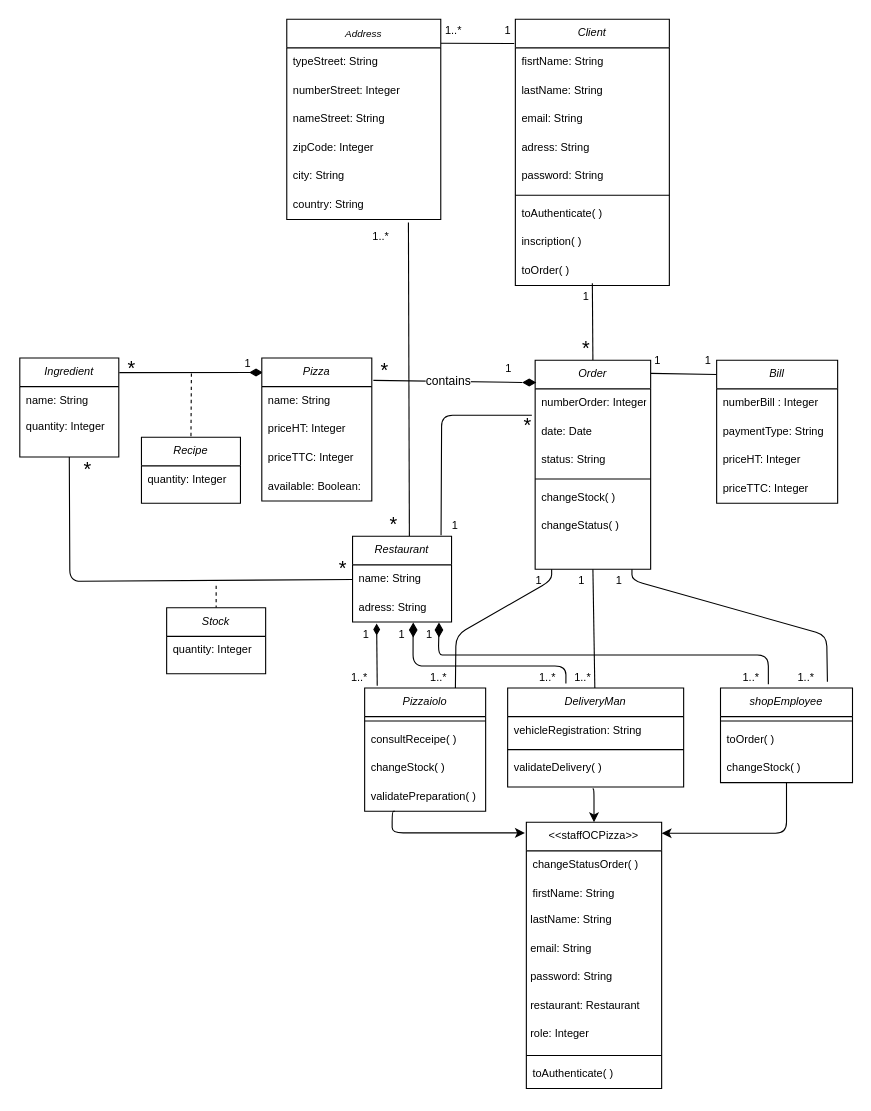
Earlier version of the draw.io diagram Untitled Diagram.drawio (MadameZ/P7_Concevez-la-solution-technique-d-un-syst-me-de-gestion-de-pizzeria). Source tidied: cells renumbered, new cells numbered last; positions are measured from the earlier drawing's top-left corner, leaving out a move shared by most shapes. Both pictures are drawn from the tidied source at 110%, with x=0, y=0 at pixel (19, 19).
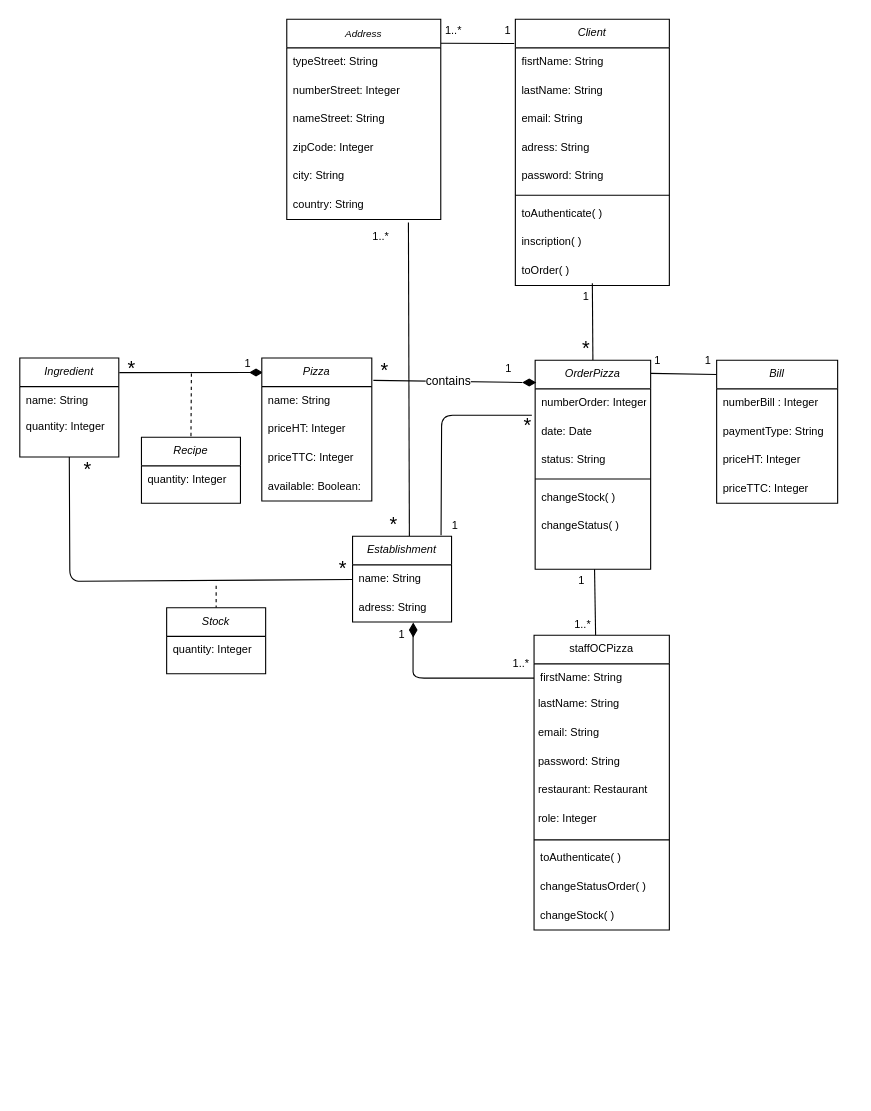
After the change.

The change refers to these unchanged cells:
```xml
<mxCell id="46" value="1" style="text;html=1;strokeColor=none;fillColor=none;align=center;verticalAlign=middle;whiteSpace=wrap;rounded=0;fontSize=10;" parent="1" vertex="1">
  <mxGeometry x="500" y="500" width="23" height="20" as="geometry" />
</mxCell>
<mxCell id="53" style="html=1;whiteSpace=wrap;shape=isoRectangle;strokeWidth=1;fontSize=10;rotation=90;fillColor=#000000;" parent="1" vertex="1">
  <mxGeometry x="352.3" y="551.8" width="11.7" height="7" as="geometry" />
</mxCell>
```

What changed in the source:
```diff
@@
-    <mxCell id="10" style="endArrow=none;html=1;fontSize=10;entryX=0.5;entryY=1;entryDx=0;entryDy=0;" parent="1" edge="1" source="73" target="55">
+    <mxCell id="10" style="endArrow=none;html=1;fontSize=10;entryX=1;entryY=0;entryDx=0;entryDy=0;exitX=0.455;exitY=0.001;exitDx=0;exitDy=0;exitPerimeter=0;" parent="1" edge="1" source="86" target="46">
       <mxGeometry relative="1" as="geometry" />
     </mxCell>
-    <mxCell id="11" style="endArrow=none;html=1;strokeColor=#000000;fontSize=10;exitX=0.75;exitY=0;exitDx=0;exitDy=0;" parent="1" edge="1" source="77">
-      <mxGeometry relative="1" as="geometry">
-        <mxPoint x="484" y="500" as="targetPoint" />
-        <Array as="points">
-          <mxPoint x="397" y="560" />
-          <mxPoint x="484" y="510" />
-        </Array>
-      </mxGeometry>
-    </mxCell>
-    <mxCell id="12" style="endArrow=none;html=1;strokeColor=#000000;fontSize=10;exitX=0.81;exitY=-0.066;exitDx=0;exitDy=0;exitPerimeter=0;" parent="1" edge="1" source="82">
-      <mxGeometry relative="1" as="geometry">
-        <mxPoint x="557" y="500" as="targetPoint" />
-        <Array as="points">
-          <mxPoint x="734" y="560" />
-          <mxPoint x="557" y="510" />
-        </Array>
-      </mxGeometry>
-    </mxCell>
-    <mxCell id="13" style="endArrow=none;html=1;strokeColor=#000000;fontSize=10;exitX=0.331;exitY=-0.047;exitDx=0;exitDy=0;exitPerimeter=0;entryX=0.937;entryY=0.519;entryDx=0;entryDy=0;entryPerimeter=0;" parent="1" edge="1" source="73" target="53">
+    <mxCell id="13" style="endArrow=none;html=1;strokeColor=#000000;fontSize=10;exitX=0;exitY=0.5;exitDx=0;exitDy=0;entryX=0.937;entryY=0.519;entryDx=0;entryDy=0;entryPerimeter=0;" parent="1" edge="1" source="88" target="53">
       <mxGeometry relative="1" as="geometry">
         <Array as="points">
-          <mxPoint x="497" y="588" />
+          <mxPoint x="358" y="599" />
           <mxPoint x="358" y="588" />
         </Array>
       </mxGeometry>
     </mxCell>
@@
-    <mxCell id="41" value="1" style="text;html=1;strokeColor=none;fillColor=none;align=center;verticalAlign=middle;whiteSpace=wrap;rounded=0;fontSize=10;" parent="1" vertex="1">
-      <mxGeometry x="309.5" y="548" width="11" height="22.5" as="geometry" />
-    </mxCell>
-    <mxCell id="42" value="1" style="text;html=1;strokeColor=none;fillColor=none;align=center;verticalAlign=middle;whiteSpace=wrap;rounded=0;fontSize=10;" parent="1" vertex="1">
-      <mxGeometry x="370" y="551.8" width="6" height="15" as="geometry" />
-    </mxCell>
@@
-    <mxCell id="44" style="endArrow=none;html=1;strokeColor=#000000;fontSize=10;entryX=0.908;entryY=0.519;entryDx=0;entryDy=0;exitX=0.308;exitY=-0.05;exitDx=0;exitDy=0;exitPerimeter=0;entryPerimeter=0;" parent="1" edge="1" target="54">
-      <mxGeometry relative="1" as="geometry">
-        <mxPoint x="681" y="604.6" as="sourcePoint" />
-        <Array as="points">
-          <mxPoint x="681" y="578" />
-          <mxPoint x="395" y="578" />
-          <mxPoint x="381" y="578" />
-        </Array>
-      </mxGeometry>
-    </mxCell>
-    <mxCell id="45" value="1" style="text;html=1;strokeColor=none;fillColor=none;align=center;verticalAlign=middle;whiteSpace=wrap;rounded=0;fontSize=10;" parent="1" vertex="1">
-      <mxGeometry x="461" y="500" width="23" height="20" as="geometry" />
-    </mxCell>
@@
-    <mxCell id="47" value="1" style="text;html=1;strokeColor=none;fillColor=none;align=center;verticalAlign=middle;whiteSpace=wrap;rounded=0;fontSize=10;" parent="1" vertex="1">
-      <mxGeometry x="534" y="500" width="23" height="20" as="geometry" />
-    </mxCell>
-    <mxCell id="48" value="1..*" style="text;html=1;strokeColor=none;fillColor=none;align=center;verticalAlign=middle;whiteSpace=wrap;rounded=0;fontSize=10;" parent="1" vertex="1">
-      <mxGeometry x="370" y="588" width="23" height="20" as="geometry" />
-    </mxCell>
     <mxCell id="49" value="1..*" style="text;html=1;strokeColor=none;fillColor=none;align=center;verticalAlign=middle;whiteSpace=wrap;rounded=0;fontSize=10;" parent="1" vertex="1">
-      <mxGeometry x="501" y="588" width="23" height="20" as="geometry" />
+      <mxGeometry x="501" y="540" width="23" height="20" as="geometry" />
     </mxCell>
-    <mxCell id="50" value="1..*" style="text;html=1;strokeColor=none;fillColor=none;align=center;verticalAlign=middle;whiteSpace=wrap;rounded=0;fontSize=10;" parent="1" vertex="1">
-      <mxGeometry x="704" y="588" width="23" height="20" as="geometry" />
-    </mxCell>
-    <mxCell id="51" style="endArrow=none;html=1;strokeColor=#000000;fontSize=10;exitX=0.104;exitY=-0.018;exitDx=0;exitDy=0;exitPerimeter=0;" parent="1" edge="1" source="77" target="52">
-      <mxGeometry relative="1" as="geometry" />
-    </mxCell>
-    <mxCell id="52" style="html=1;whiteSpace=wrap;shape=isoRectangle;strokeWidth=1;fontSize=10;rotation=90;fillColor=#000000;" parent="1" vertex="1">
-      <mxGeometry x="320.5" y="552.2" width="8.9" height="5.3" as="geometry" />
-    </mxCell>
@@
-    <mxCell id="54" style="html=1;whiteSpace=wrap;shape=isoRectangle;strokeWidth=1;fontSize=10;rotation=90;fillColor=#000000;" parent="1" vertex="1">
-      <mxGeometry x="375.7" y="551.8" width="11.7" height="7" as="geometry" />
-    </mxCell>
-    <mxCell id="55" value="Order" style="swimlane;fontStyle=2;align=center;verticalAlign=top;horizontal=1;startSize=26;rounded=0;shadow=0;strokeWidth=1;fontSize=10;" parent="1" vertex="1">
+    <mxCell id="55" value="OrderPizza" style="swimlane;fontStyle=2;align=center;verticalAlign=top;horizontal=1;startSize=26;rounded=0;shadow=0;strokeWidth=1;fontSize=10;" parent="1" vertex="1">
       <mxGeometry x="469" y="310" width="105" height="190" as="geometry" />
     </mxCell>
@@
-    <mxCell id="73" value="DeliveryMan" style="swimlane;fontStyle=2;align=center;verticalAlign=top;horizontal=1;startSize=26;rounded=0;shadow=0;strokeWidth=1;fontSize=10;" parent="1" vertex="1">
-      <mxGeometry x="444" y="608" width="160" height="90" as="geometry" />
-    </mxCell>
-    <mxCell id="74" value="vehicleRegistration: String" style="text;align=left;verticalAlign=top;spacingLeft=4;spacingRight=4;overflow=hidden;rounded=0;shadow=0;html=0;fontSize=10;" parent="73" vertex="1">
-      <mxGeometry y="26" width="160" height="26" as="geometry" />
-    </mxCell>
-    <mxCell id="75" style="line;html=1;strokeWidth=1;align=left;verticalAlign=middle;spacingTop=-1;spacingLeft=3;spacingRight=3;labelPosition=right;" parent="73" vertex="1">
-      <mxGeometry y="52" width="160" height="8" as="geometry" />
-    </mxCell>
-    <mxCell id="76" value="validateDelivery( )" style="text;align=left;verticalAlign=top;spacingLeft=4;spacingRight=4;overflow=hidden;points=[[0,0.5],[1,0.5]];portConstraint=eastwest;rounded=0;shadow=0;html=0;fontSize=10;" parent="73" vertex="1">
-      <mxGeometry y="60" width="160" height="30" as="geometry" />
-    </mxCell>
-    <mxCell id="77" value="Pizzaiolo" style="swimlane;fontStyle=2;align=center;verticalAlign=top;horizontal=1;startSize=26;rounded=0;shadow=0;strokeWidth=1;fontSize=10;" parent="1" vertex="1">
-      <mxGeometry x="314" y="608" width="110" height="112" as="geometry" />
-    </mxCell>
-    <mxCell id="78" style="line;html=1;strokeWidth=1;align=left;verticalAlign=middle;spacingTop=-1;spacingLeft=3;spacingRight=3;labelPosition=right;" parent="77" vertex="1">
-      <mxGeometry y="26" width="110" height="8" as="geometry" />
-    </mxCell>
-    <mxCell id="79" value="consultReceipe( )" style="text;align=left;verticalAlign=top;spacingLeft=4;spacingRight=4;overflow=hidden;rounded=0;shadow=0;html=0;fontSize=10;" parent="77" vertex="1">
-      <mxGeometry y="34" width="110" height="26" as="geometry" />
-    </mxCell>
-    <mxCell id="80" value="changeStock( )" style="text;align=left;verticalAlign=top;spacingLeft=4;spacingRight=4;overflow=hidden;rounded=0;shadow=0;html=0;fontSize=10;" parent="77" vertex="1">
-      <mxGeometry y="60" width="110" height="26" as="geometry" />
-    </mxCell>
-    <mxCell id="81" value="validatePreparation( )" style="text;align=left;verticalAlign=top;spacingLeft=4;spacingRight=4;overflow=hidden;rounded=0;shadow=0;html=0;fontSize=10;" parent="77" vertex="1">
-      <mxGeometry y="86" width="110" height="26" as="geometry" />
-    </mxCell>
-    <mxCell id="82" value="shopEmployee" style="swimlane;fontStyle=2;align=center;verticalAlign=top;horizontal=1;startSize=26;rounded=0;shadow=0;strokeWidth=1;fontSize=10;" parent="1" vertex="1">
-      <mxGeometry x="637.5" y="608" width="120" height="86" as="geometry" />
-    </mxCell>
-    <mxCell id="83" style="line;html=1;strokeWidth=1;align=left;verticalAlign=middle;spacingTop=-1;spacingLeft=3;spacingRight=3;labelPosition=right;" parent="82" vertex="1">
-      <mxGeometry y="26" width="120" height="8" as="geometry" />
-    </mxCell>
-    <mxCell id="84" value="toOrder( )" style="text;align=left;verticalAlign=top;spacingLeft=4;spacingRight=4;overflow=hidden;rounded=0;shadow=0;html=0;fontSize=10;" parent="82" vertex="1">
-      <mxGeometry y="34" width="120" height="26" as="geometry" />
-    </mxCell>
-    <mxCell id="85" value="changeStock( )" style="text;align=left;verticalAlign=top;spacingLeft=4;spacingRight=4;overflow=hidden;rounded=0;shadow=0;html=0;fontSize=10;" parent="82" vertex="1">
-      <mxGeometry y="60" width="120" height="26" as="geometry" />
-    </mxCell>
-    <mxCell id="86" value="&lt;&lt;staffOCPizza&gt;&gt;" style="swimlane;fontStyle=0;align=center;verticalAlign=top;horizontal=1;startSize=26;rounded=0;shadow=0;strokeWidth=1;fontSize=10;" parent="1" vertex="1">
-      <mxGeometry x="461" y="730" width="123" height="242" as="geometry" />
-    </mxCell>
-    <mxCell id="87" value="changeStatusOrder( )" style="text;align=left;verticalAlign=top;spacingLeft=4;spacingRight=4;overflow=hidden;rounded=0;shadow=0;html=0;fontSize=10;" parent="86" vertex="1">
-      <mxGeometry y="26" width="123" height="26" as="geometry" />
-    </mxCell>
-    <mxCell id="88" value="firstName: String" style="text;align=left;verticalAlign=top;spacingLeft=4;spacingRight=4;overflow=hidden;points=[[0,0.5],[1,0.5]];portConstraint=eastwest;rounded=0;shadow=0;html=0;fontSize=10;" parent="86" vertex="1">
-      <mxGeometry y="52" width="123" height="26" as="geometry" />
-    </mxCell>
-    <mxCell id="89" value="lastName: String" style="text;align=left;verticalAlign=top;spacingLeft=4;spacingRight=4;overflow=hidden;rounded=0;shadow=0;html=0;fontSize=10;spacing=0;" parent="86" vertex="1">
-      <mxGeometry y="78" width="123" height="26" as="geometry" />
-    </mxCell>
-    <mxCell id="90" value="email: String" style="text;align=left;verticalAlign=top;spacingLeft=4;spacingRight=4;overflow=hidden;rounded=0;shadow=0;html=0;fontSize=10;spacing=0;" parent="86" vertex="1">
-      <mxGeometry y="104" width="123" height="26" as="geometry" />
-    </mxCell>
-    <mxCell id="91" value="password: String" style="text;align=left;verticalAlign=top;spacingLeft=4;spacingRight=4;overflow=hidden;rounded=0;shadow=0;html=0;fontSize=10;spacing=0;" parent="86" vertex="1">
-      <mxGeometry y="130" width="123" height="26" as="geometry" />
-    </mxCell>
-    <mxCell id="92" value="restaurant: Restaurant" style="text;align=left;verticalAlign=top;spacingLeft=4;spacingRight=4;overflow=hidden;rounded=0;shadow=0;html=0;fontSize=10;spacing=0;" parent="86" vertex="1">
-      <mxGeometry y="156" width="123" height="26" as="geometry" />
-    </mxCell>
-    <mxCell id="93" value="role: Integer" style="text;align=left;verticalAlign=top;spacingLeft=4;spacingRight=4;overflow=hidden;rounded=0;shadow=0;html=0;fontSize=10;spacing=0;" parent="86" vertex="1">
-      <mxGeometry y="182" width="123" height="26" as="geometry" />
-    </mxCell>
-    <mxCell id="94" style="line;html=1;strokeWidth=1;align=left;verticalAlign=middle;spacingTop=-1;spacingLeft=3;spacingRight=3;labelPosition=right;" parent="86" vertex="1">
-      <mxGeometry y="208" width="123" height="8" as="geometry" />
-    </mxCell>
-    <mxCell id="95" value="toAuthenticate( )" style="text;align=left;verticalAlign=top;spacingLeft=4;spacingRight=4;overflow=hidden;rounded=0;shadow=0;html=0;fontSize=10;" parent="86" vertex="1">
-      <mxGeometry y="216" width="123" height="26" as="geometry" />
-    </mxCell>
-    <mxCell id="96" style="edgeStyle=segmentEdgeStyle;endArrow=classic;html=1;strokeColor=#000000;fontSize=9;exitX=0.25;exitY=1;exitDx=0;exitDy=0;entryX=-0.011;entryY=0.04;entryDx=0;entryDy=0;entryPerimeter=0;" parent="1" edge="1" source="77" target="86">
-      <mxGeometry relative="1" as="geometry">
-        <Array as="points">
-          <mxPoint x="339" y="740" />
-        </Array>
-      </mxGeometry>
-    </mxCell>
-    <mxCell id="97" style="edgeStyle=segmentEdgeStyle;endArrow=classic;html=1;strokeColor=#000000;fontSize=9;entryX=0.5;entryY=0;entryDx=0;entryDy=0;exitX=0.483;exitY=1.054;exitDx=0;exitDy=0;exitPerimeter=0;" parent="1" edge="1" source="76" target="86">
-      <mxGeometry relative="1" as="geometry" />
-    </mxCell>
-    <mxCell id="98" style="edgeStyle=segmentEdgeStyle;endArrow=classic;html=1;strokeColor=#000000;fontSize=9;exitX=0.5;exitY=1;exitDx=0;exitDy=0;" parent="1" edge="1" source="82">
-      <mxGeometry relative="1" as="geometry">
-        <mxPoint x="584" y="740" as="targetPoint" />
-        <Array as="points">
-          <mxPoint x="698" y="740" />
-        </Array>
-      </mxGeometry>
-    </mxCell>
@@
-    <mxCell id="109" value="Restaurant" style="swimlane;fontStyle=2;align=center;verticalAlign=top;horizontal=1;startSize=26;rounded=0;shadow=0;strokeWidth=1;fontSize=10;" parent="1" vertex="1">
+    <mxCell id="109" value="Establishment" style="swimlane;fontStyle=2;align=center;verticalAlign=top;horizontal=1;startSize=26;rounded=0;shadow=0;strokeWidth=1;fontSize=10;" parent="1" vertex="1">
       <mxGeometry x="303" y="470" width="90" height="78" as="geometry" />
     </mxCell>
@@
-    <mxCell id="118" value="1..*" style="text;html=1;strokeColor=none;fillColor=none;align=center;verticalAlign=middle;whiteSpace=wrap;rounded=0;fontSize=10;" parent="1" vertex="1">
-      <mxGeometry x="297.5" y="588" width="23" height="20" as="geometry" />
-    </mxCell>
     <mxCell id="119" value="1..*" style="text;html=1;strokeColor=none;fillColor=none;align=center;verticalAlign=middle;whiteSpace=wrap;rounded=0;fontSize=10;" parent="1" vertex="1">
-      <mxGeometry x="469" y="588" width="23" height="20" as="geometry" />
+      <mxGeometry x="445" y="575" width="23" height="20" as="geometry" />
     </mxCell>
-    <mxCell id="120" value="1..*" style="text;html=1;strokeColor=none;fillColor=none;align=center;verticalAlign=middle;whiteSpace=wrap;rounded=0;fontSize=10;" parent="1" vertex="1">
-      <mxGeometry x="654" y="588" width="23" height="20" as="geometry" />
-    </mxCell>
+    <mxCell id="86" value="staffOCPizza" style="swimlane;fontStyle=0;align=center;verticalAlign=top;horizontal=1;startSize=26;rounded=0;shadow=0;strokeWidth=1;fontSize=10;" parent="1" vertex="1">
+      <mxGeometry x="468" y="560" width="123" height="268" as="geometry" />
+    </mxCell>
+    <mxCell id="88" value="firstName: String" style="text;align=left;verticalAlign=top;spacingLeft=4;spacingRight=4;overflow=hidden;points=[[0,0.5],[1,0.5]];portConstraint=eastwest;rounded=0;shadow=0;html=0;fontSize=10;" parent="86" vertex="1">
+      <mxGeometry y="26" width="123" height="26" as="geometry" />
+    </mxCell>
+    <mxCell id="89" value="lastName: String" style="text;align=left;verticalAlign=top;spacingLeft=4;spacingRight=4;overflow=hidden;rounded=0;shadow=0;html=0;fontSize=10;spacing=0;" parent="86" vertex="1">
+      <mxGeometry y="52" width="123" height="26" as="geometry" />
+    </mxCell>
+    <mxCell id="90" value="email: String" style="text;align=left;verticalAlign=top;spacingLeft=4;spacingRight=4;overflow=hidden;rounded=0;shadow=0;html=0;fontSize=10;spacing=0;" parent="86" vertex="1">
+      <mxGeometry y="78" width="123" height="26" as="geometry" />
+    </mxCell>
+    <mxCell id="91" value="password: String" style="text;align=left;verticalAlign=top;spacingLeft=4;spacingRight=4;overflow=hidden;rounded=0;shadow=0;html=0;fontSize=10;spacing=0;" parent="86" vertex="1">
+      <mxGeometry y="104" width="123" height="26" as="geometry" />
+    </mxCell>
+    <mxCell id="92" value="restaurant: Restaurant" style="text;align=left;verticalAlign=top;spacingLeft=4;spacingRight=4;overflow=hidden;rounded=0;shadow=0;html=0;fontSize=10;spacing=0;" parent="86" vertex="1">
+      <mxGeometry y="130" width="123" height="26" as="geometry" />
+    </mxCell>
+    <mxCell id="93" value="role: Integer" style="text;align=left;verticalAlign=top;spacingLeft=4;spacingRight=4;overflow=hidden;rounded=0;shadow=0;html=0;fontSize=10;spacing=0;" parent="86" vertex="1">
+      <mxGeometry y="156" width="123" height="26" as="geometry" />
+    </mxCell>
+    <mxCell id="94" style="line;html=1;strokeWidth=1;align=left;verticalAlign=middle;spacingTop=-1;spacingLeft=3;spacingRight=3;labelPosition=right;" parent="86" vertex="1">
+      <mxGeometry y="182" width="123" height="8" as="geometry" />
+    </mxCell>
+    <mxCell id="95" value="toAuthenticate( )" style="text;align=left;verticalAlign=top;spacingLeft=4;spacingRight=4;overflow=hidden;rounded=0;shadow=0;html=0;fontSize=10;" parent="86" vertex="1">
+      <mxGeometry y="190" width="123" height="26" as="geometry" />
+    </mxCell>
+    <mxCell id="87" value="changeStatusOrder( )" style="text;align=left;verticalAlign=top;spacingLeft=4;spacingRight=4;overflow=hidden;rounded=0;shadow=0;html=0;fontSize=10;" parent="86" vertex="1">
+      <mxGeometry y="216" width="123" height="26" as="geometry" />
+    </mxCell>
+    <mxCell id="121" value="changeStock( )" style="text;align=left;verticalAlign=top;spacingLeft=4;spacingRight=4;overflow=hidden;rounded=0;shadow=0;html=0;fontSize=10;" parent="86" vertex="1">
+      <mxGeometry y="242" width="123" height="26" as="geometry" />
+    </mxCell>
```
